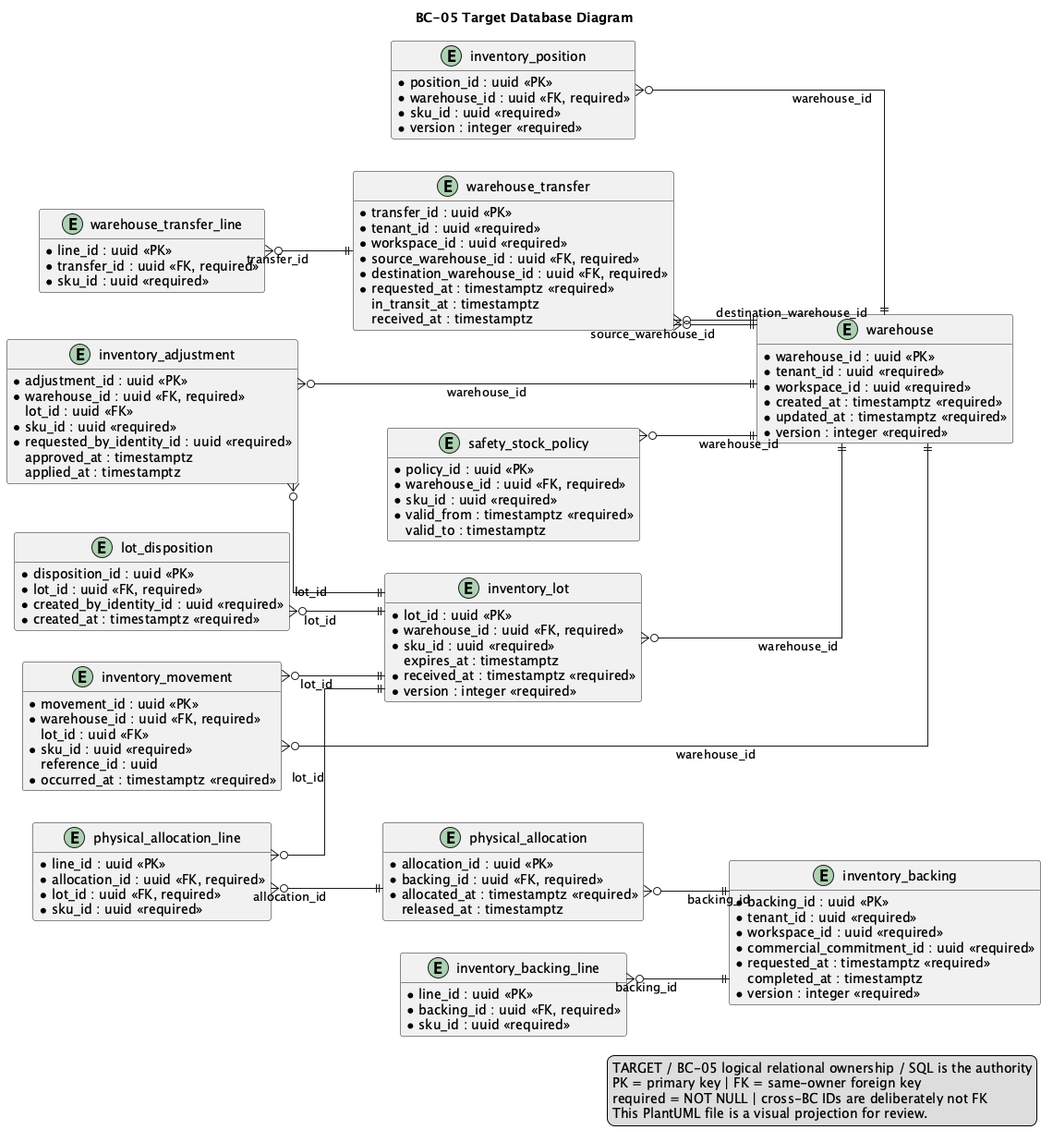
Above: 01-shared/domain/bounded-contexts/BC-05-inventory-availability/data/database-diagram.png in nexa-suite/blueprint (PlantUML), before the change.
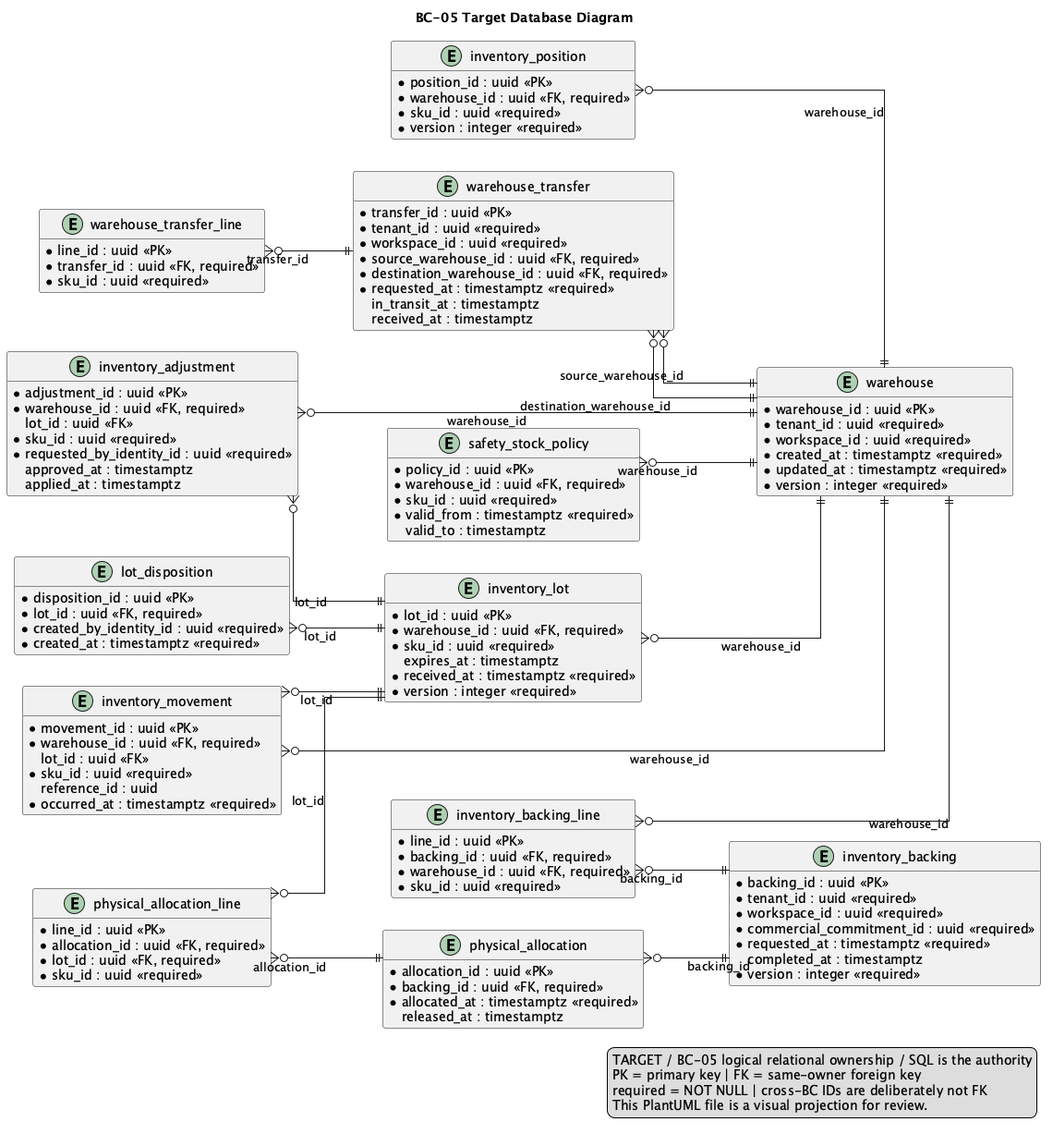
The same file after the commit.

The edit, as a diff of the source:
```diff
@@ -81,6 +81,7 @@
 entity "inventory_backing_line" as t_inventory_backing_line {
   * line_id : uuid <<PK>>
   * backing_id : uuid <<FK, required>>
+  * warehouse_id : uuid <<FK, required>>
   * sku_id : uuid <<required>>
   * requested_quantity : numeric(19,6) <<required>>
   * backed_quantity : numeric(19,6) <<required>>
@@ -152,6 +153,7 @@
 t_inventory_movement }o--|| t_inventory_lot : lot_id
 t_safety_stock_policy }o--|| t_warehouse : warehouse_id
 t_inventory_backing_line }o--|| t_inventory_backing : backing_id
+t_inventory_backing_line }o--|| t_warehouse : warehouse_id
 t_physical_allocation }o--|| t_inventory_backing : backing_id
 t_physical_allocation_line }o--|| t_physical_allocation : allocation_id
 t_physical_allocation_line }o--|| t_inventory_lot : lot_id
```
